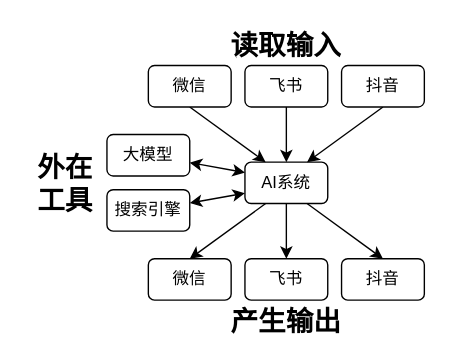
Above: page "agentic-coding" (19 of 24) of docs/public/easy-pocket.drawio in datawhalechina/easy-pocket (draw.io), before the change. Source tidied: cells renumbered, new cells numbered last; positions are measured from the earlier drawing's top-left corner, leaving out a move shared by most shapes. Both pictures are drawn from the tidied source at 138%, with x=0, y=0 at pixel (23, 23).
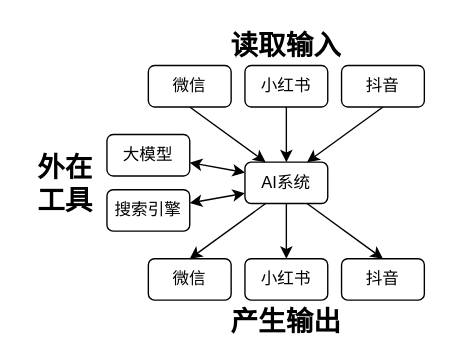
The same diagram, later.

Commit message (it also covers changes not shown here):
Update agentic coding diagram for improved clarity and accuracy

Change to the diagram source:
```diff
@@
-    <mxCell id="9" value="飞书" style="rounded=1;whiteSpace=wrap;html=1;" parent="1" vertex="1">
+    <mxCell id="9" value="小红书" style="rounded=1;whiteSpace=wrap;html=1;" parent="1" vertex="1">
       <mxGeometry x="160" y="30" width="60" height="30" as="geometry" />
     </mxCell>
@@
-    <mxCell id="15" value="飞书" style="rounded=1;whiteSpace=wrap;html=1;" parent="1" vertex="1">
+    <mxCell id="15" value="小红书" style="rounded=1;whiteSpace=wrap;html=1;" parent="1" vertex="1">
       <mxGeometry x="160" y="170" width="60" height="30" as="geometry" />
     </mxCell>
```
